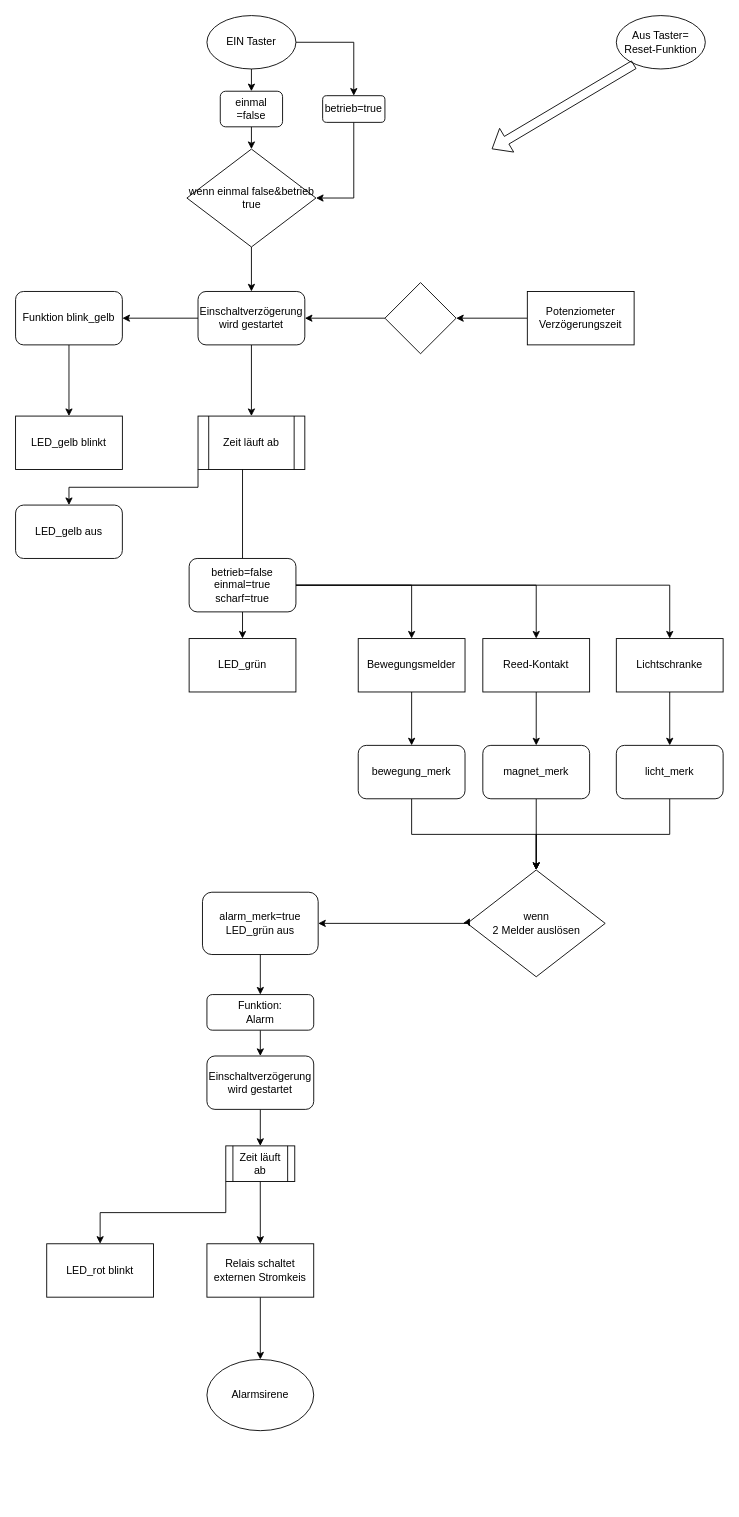
The draw.io diagram neu1.drawio in aronrei/dings2, before the edit. Source tidied: cells renumbered, new cells numbered last; positions are measured from the earlier drawing's top-left corner, leaving out a move shared by most shapes. Both pictures are drawn from the tidied source at 89%, with x=0, y=0 at pixel (15, 15).
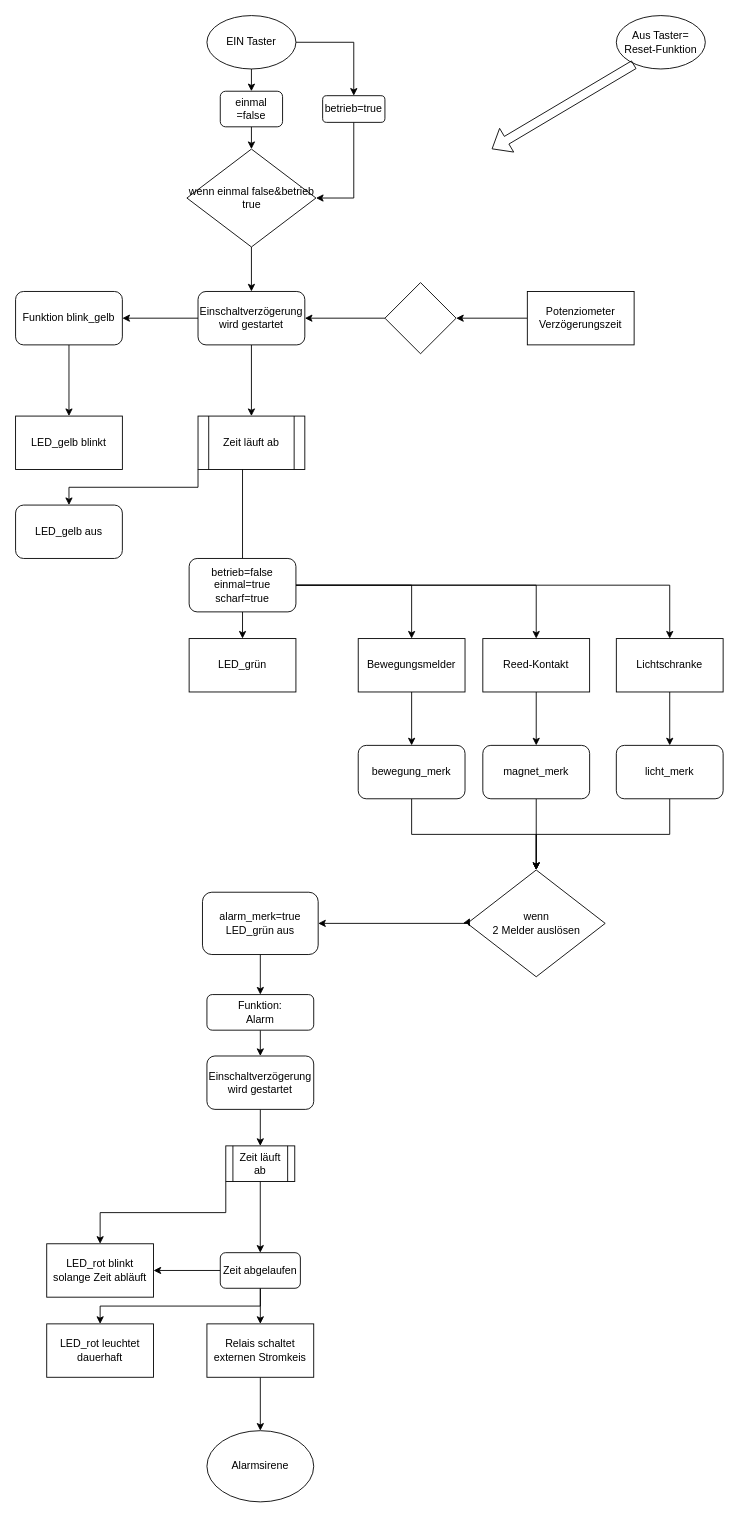
Above is the later version.

The change refers to these unchanged cells:
```xml
<mxCell id="58" value="Zeit läuft ab" style="shape=process;whiteSpace=wrap;html=1;backgroundOutline=1;" parent="1" vertex="1">
  <mxGeometry x="236.2" y="1270" width="77.5" height="40" as="geometry" />
</mxCell>
```

What changed in the source:
```diff
@@
-    <mxCell id="50" value="LED_rot blinkt" style="rounded=0;whiteSpace=wrap;html=1;" parent="1" vertex="1">
+    <mxCell id="50" value="&lt;div&gt;LED_rot blinkt &lt;br&gt;&lt;/div&gt;&lt;div&gt;solange Zeit abläuft&lt;br&gt;&lt;/div&gt;" style="rounded=0;whiteSpace=wrap;html=1;" parent="1" vertex="1">
       <mxGeometry x="35" y="1380" width="120" height="60" as="geometry" />
     </mxCell>
@@
     <mxCell id="52" value="Relais schaltet externen Stromkeis" style="rounded=0;whiteSpace=wrap;html=1;" parent="1" vertex="1">
-      <mxGeometry x="215" y="1380" width="120" height="60" as="geometry" />
+      <mxGeometry x="215" y="1470" width="120" height="60" as="geometry" />
     </mxCell>
     <mxCell id="53" value="Alarmsirene" style="ellipse;whiteSpace=wrap;html=1;" parent="1" vertex="1">
-      <mxGeometry x="215" y="1510" width="120" height="80" as="geometry" />
+      <mxGeometry x="215" y="1590" width="120" height="80" as="geometry" />
     </mxCell>
@@
-    <mxCell id="56" style="edgeStyle=none;rounded=0;jettySize=auto;html=1;exitX=0.5;exitY=1;exitDx=0;exitDy=0;entryX=0.5;entryY=0;entryDx=0;entryDy=0;elbow=vertical;" parent="1" edge="1" source="58" target="52">
-      <mxGeometry relative="1" as="geometry" />
-    </mxCell>
@@
+    <mxCell id="61" style="edgeStyle=orthogonalEdgeStyle;rounded=0;jettySize=auto;html=1;exitX=0.5;exitY=1;exitDx=0;exitDy=0;" parent="1" edge="1" source="58" target="65">
+      <mxGeometry relative="1" as="geometry" />
+    </mxCell>
@@
+    <mxCell id="62" style="edgeStyle=orthogonalEdgeStyle;rounded=0;jettySize=auto;html=1;exitX=0;exitY=0.5;exitDx=0;exitDy=0;entryX=1;entryY=0.5;entryDx=0;entryDy=0;" parent="1" edge="1" source="65" target="50">
+      <mxGeometry relative="1" as="geometry" />
+    </mxCell>
+    <mxCell id="63" style="edgeStyle=orthogonalEdgeStyle;rounded=0;jettySize=auto;html=1;exitX=0.5;exitY=1;exitDx=0;exitDy=0;entryX=0.5;entryY=0;entryDx=0;entryDy=0;" parent="1" edge="1" source="65" target="52">
+      <mxGeometry relative="1" as="geometry" />
+    </mxCell>
+    <mxCell id="64" style="edgeStyle=orthogonalEdgeStyle;rounded=0;jettySize=auto;html=1;exitX=0.5;exitY=1;exitDx=0;exitDy=0;" parent="1" edge="1" source="65" target="66">
+      <mxGeometry relative="1" as="geometry" />
+    </mxCell>
+    <mxCell id="65" value="Zeit abgelaufen" style="rounded=1;whiteSpace=wrap;html=1;" parent="1" vertex="1">
+      <mxGeometry x="230" y="1390" width="90" height="40" as="geometry" />
+    </mxCell>
+    <mxCell id="66" value="LED_rot leuchtet &lt;br&gt;dauerhaft" style="rounded=0;whiteSpace=wrap;html=1;" parent="1" vertex="1">
+      <mxGeometry x="35" y="1470" width="120" height="60" as="geometry" />
+    </mxCell>
```
